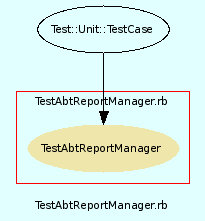
Above: src/trunk/doc/dot/f_15.png in eschabell/abtlinux (Graphviz), before the change. Its source is kept beside it as src/trunk/doc/dot/f_15.dot.
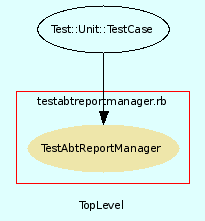
Later version of the same file.

The edit, as a diff of the source:
```diff
@@ -3,7 +3,7 @@
     bgcolor = lightcyan1
     fontname = Arial
     fontsize = 8
-    label = "TestAbtReportManager.rb"
+    label = "TopLevel"
     node [
         fontname = Arial,
         fontsize = 8,
@@ -13,7 +13,7 @@
     subgraph cluster_16 {
         fontname = Arial
         color = red
-        label = "TestAbtReportManager.rb"
+        label = "testabtreportmanager.rb"
         TestAbtReportManager [
             fontcolor = black,
             URL = "classes/TestAbtReportManager.html",
```
